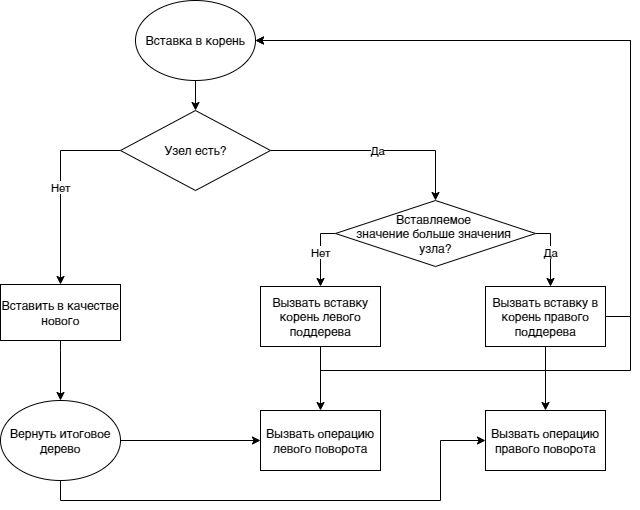
MUCTR-IKT-CPP/algorithms-2cpp keeps this draw.io diagram as Лекции/2022/7/imgs/rt/RT-Вставка в корень.drawio.png. Above is the earlier version. Source tidied: cells renumbered, new cells last; positions are measured from the earlier drawing's top-left corner, leaving out a move shared by most shapes. Source of this version:
```xml
<mxGraphModel>
  <root>
    <mxCell id="0" />
    <mxCell id="1" parent="0" />
    <mxCell id="2" value="Нет" style="edgeStyle=orthogonalEdgeStyle;rounded=0;jettySize=auto;html=1;exitX=0;exitY=0.5;exitDx=0;exitDy=0;" parent="1" edge="1" source="4" target="9">
      <mxGeometry relative="1" as="geometry">
        <Array as="points">
          <mxPoint x="60" y="150" />
        </Array>
      </mxGeometry>
    </mxCell>
    <mxCell id="3" value="Да" style="edgeStyle=orthogonalEdgeStyle;rounded=0;jettySize=auto;html=1;entryX=0.5;entryY=0;entryDx=0;entryDy=0;exitX=1;exitY=0.5;exitDx=0;exitDy=0;" parent="1" edge="1" source="4" target="7">
      <mxGeometry relative="1" as="geometry">
        <Array as="points">
          <mxPoint x="435" y="150" />
        </Array>
      </mxGeometry>
    </mxCell>
    <mxCell id="4" value="Узел есть?" style="rhombus;whiteSpace=wrap;html=1;" parent="1" vertex="1">
      <mxGeometry x="120" y="110" width="150" height="80" as="geometry" />
    </mxCell>
    <mxCell id="5" value="Нет" style="edgeStyle=orthogonalEdgeStyle;rounded=0;jettySize=auto;html=1;" parent="1" edge="1" source="7" target="15">
      <mxGeometry relative="1" as="geometry">
        <Array as="points">
          <mxPoint x="320" y="233" />
        </Array>
      </mxGeometry>
    </mxCell>
    <mxCell id="6" value="Да" style="edgeStyle=orthogonalEdgeStyle;rounded=0;jettySize=auto;html=1;" parent="1" edge="1" source="7" target="12">
      <mxGeometry relative="1" as="geometry">
        <Array as="points">
          <mxPoint x="550" y="233" />
        </Array>
      </mxGeometry>
    </mxCell>
    <mxCell id="7" value="Вставляемое &lt;br&gt;значение больше значения &lt;br&gt;узла?" style="rhombus;whiteSpace=wrap;html=1;" parent="1" vertex="1">
      <mxGeometry x="335" y="200" width="200" height="66" as="geometry" />
    </mxCell>
    <mxCell id="8" style="edgeStyle=orthogonalEdgeStyle;rounded=0;jettySize=auto;html=1;" parent="1" edge="1" source="9" target="20">
      <mxGeometry relative="1" as="geometry">
        <Array as="points">
          <mxPoint x="60" y="350" />
          <mxPoint x="60" y="350" />
        </Array>
      </mxGeometry>
    </mxCell>
    <mxCell id="9" value="Вставить в качестве нового" style="rounded=0;whiteSpace=wrap;html=1;" parent="1" vertex="1">
      <mxGeometry y="284" width="120" height="56" as="geometry" />
    </mxCell>
    <mxCell id="10" style="edgeStyle=orthogonalEdgeStyle;rounded=0;jettySize=auto;html=1;" parent="1" edge="1" source="12" target="22">
      <mxGeometry relative="1" as="geometry" />
    </mxCell>
    <mxCell id="11" style="edgeStyle=orthogonalEdgeStyle;rounded=0;jettySize=auto;html=1;" parent="1" edge="1" source="12" target="17">
      <mxGeometry relative="1" as="geometry">
        <Array as="points">
          <mxPoint x="630" y="316" />
          <mxPoint x="630" y="40" />
        </Array>
      </mxGeometry>
    </mxCell>
    <mxCell id="12" value="Вызвать вставку в корень правого поддерева" style="rounded=0;whiteSpace=wrap;html=1;" parent="1" vertex="1">
      <mxGeometry x="485" y="286" width="120" height="60" as="geometry" />
    </mxCell>
    <mxCell id="13" style="edgeStyle=orthogonalEdgeStyle;rounded=0;jettySize=auto;html=1;" parent="1" edge="1" source="15" target="21">
      <mxGeometry relative="1" as="geometry" />
    </mxCell>
    <mxCell id="14" style="edgeStyle=orthogonalEdgeStyle;rounded=0;jettySize=auto;html=1;" parent="1" edge="1" source="15" target="17">
      <mxGeometry relative="1" as="geometry">
        <Array as="points">
          <mxPoint x="320" y="370" />
          <mxPoint x="630" y="370" />
          <mxPoint x="630" y="40" />
        </Array>
      </mxGeometry>
    </mxCell>
    <mxCell id="15" value="Вызвать вставку корень левого поддерева" style="rounded=0;whiteSpace=wrap;html=1;" parent="1" vertex="1">
      <mxGeometry x="260" y="286" width="120" height="60" as="geometry" />
    </mxCell>
    <mxCell id="16" style="edgeStyle=orthogonalEdgeStyle;rounded=0;jettySize=auto;html=1;" parent="1" edge="1" source="17" target="4">
      <mxGeometry relative="1" as="geometry" />
    </mxCell>
    <mxCell id="17" value="Вставка в корень" style="ellipse;whiteSpace=wrap;html=1;" parent="1" vertex="1">
      <mxGeometry x="135" width="120" height="80" as="geometry" />
    </mxCell>
    <mxCell id="18" style="edgeStyle=orthogonalEdgeStyle;rounded=0;jettySize=auto;html=1;" parent="1" edge="1" source="20" target="21">
      <mxGeometry relative="1" as="geometry" />
    </mxCell>
    <mxCell id="19" style="edgeStyle=orthogonalEdgeStyle;rounded=0;jettySize=auto;html=1;" parent="1" edge="1" source="20" target="22">
      <mxGeometry relative="1" as="geometry">
        <Array as="points">
          <mxPoint x="60" y="500" />
          <mxPoint x="440" y="500" />
          <mxPoint x="440" y="440" />
        </Array>
      </mxGeometry>
    </mxCell>
    <mxCell id="20" value="Вернуть итоговое дерево" style="ellipse;whiteSpace=wrap;html=1;" parent="1" vertex="1">
      <mxGeometry y="400" width="120" height="80" as="geometry" />
    </mxCell>
    <mxCell id="21" value="Вызвать операцию левого поворота" style="rounded=0;whiteSpace=wrap;html=1;" parent="1" vertex="1">
      <mxGeometry x="260" y="410" width="120" height="60" as="geometry" />
    </mxCell>
    <mxCell id="22" value="Вызвать операцию правого поворота" style="rounded=0;whiteSpace=wrap;html=1;" parent="1" vertex="1">
      <mxGeometry x="485" y="410" width="120" height="60" as="geometry" />
    </mxCell>
  </root>
</mxGraphModel>
```
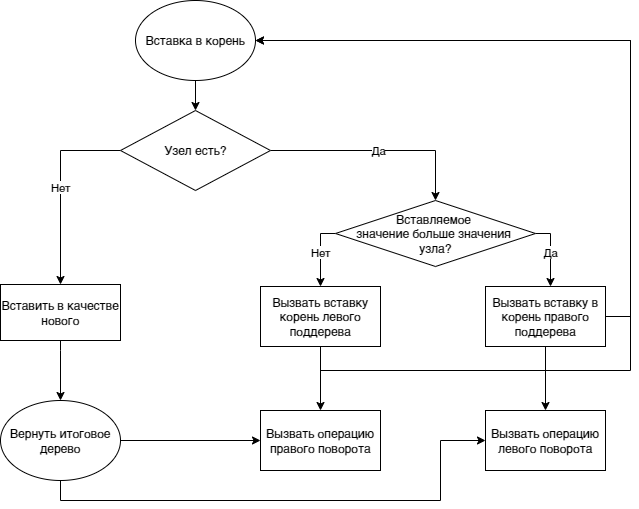
Above is the later version.

Diff of the diagram source:
```diff
@@ -97,10 +97,10 @@
     <mxCell id="20" value="Вернуть итоговое дерево" style="ellipse;whiteSpace=wrap;html=1;" parent="1" vertex="1">
       <mxGeometry y="400" width="120" height="80" as="geometry" />
     </mxCell>
-    <mxCell id="21" value="Вызвать операцию левого поворота" style="rounded=0;whiteSpace=wrap;html=1;" parent="1" vertex="1">
+    <mxCell id="21" value="Вызвать операцию правого поворота" style="rounded=0;whiteSpace=wrap;html=1;" parent="1" vertex="1">
       <mxGeometry x="260" y="410" width="120" height="60" as="geometry" />
     </mxCell>
-    <mxCell id="22" value="Вызвать операцию правого поворота" style="rounded=0;whiteSpace=wrap;html=1;" parent="1" vertex="1">
+    <mxCell id="22" value="Вызвать операцию левого поворота" style="rounded=0;whiteSpace=wrap;html=1;" parent="1" vertex="1">
       <mxGeometry x="485" y="410" width="120" height="60" as="geometry" />
     </mxCell>
   </root>
```
